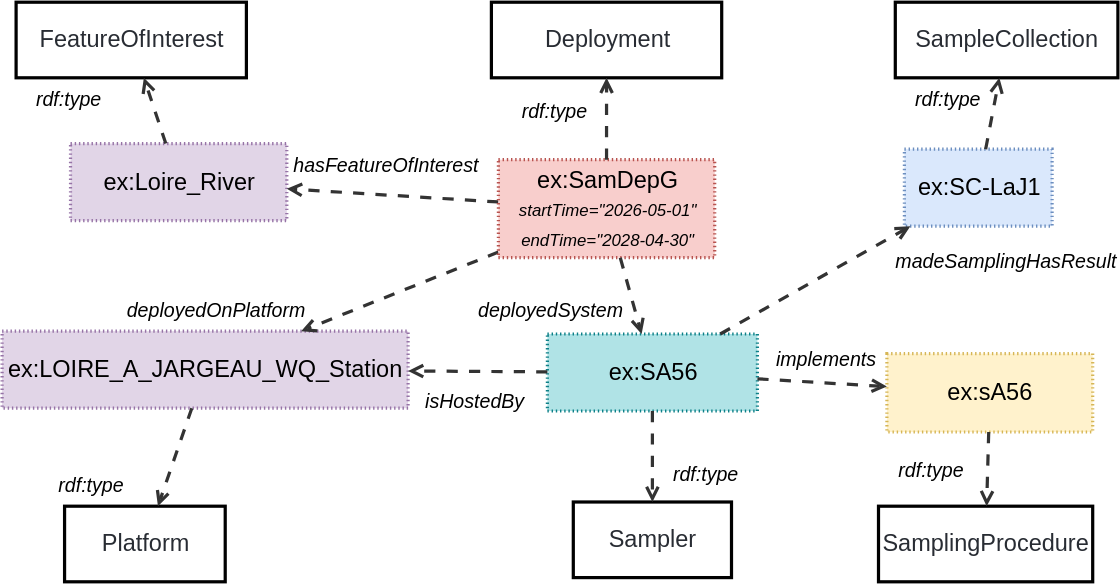
afeliachi/sdw-sosa-ssn keeps this draw.io diagram as ssn/images/PlannedDeployment.svg. Above is the earlier version. Source tidied: cells renumbered, new cells last; positions are measured from the earlier drawing's top-left corner, leaving out a move shared by most shapes.
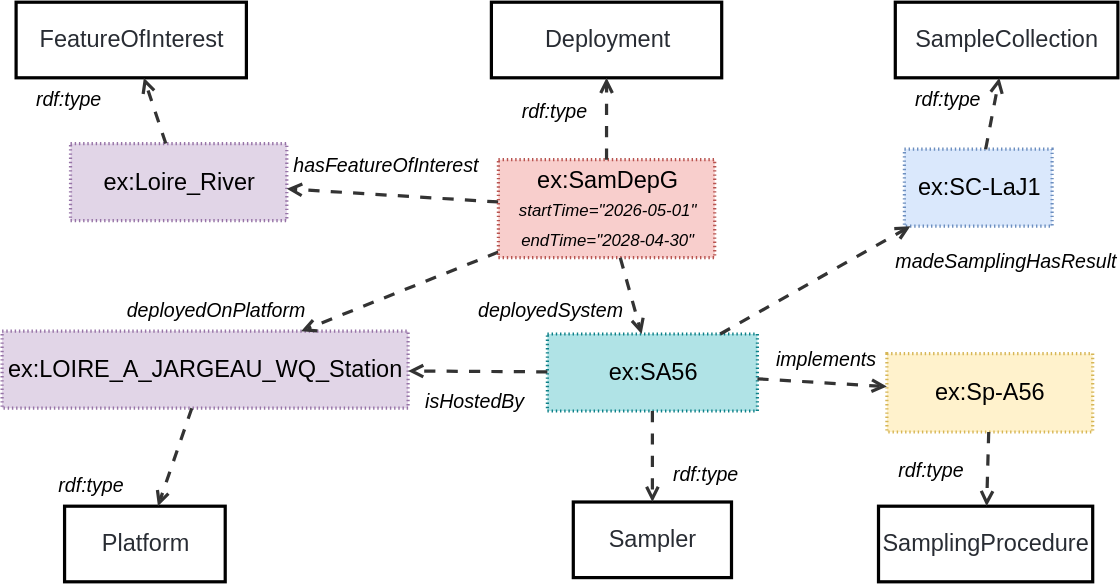
Later version of the same file.

Change to the diagram source:
```diff
@@ -68,7 +68,7 @@
     <mxCell id="23" value="deployedOnPlatform" style="html=1;overflow=block;blockSpacing=1;whiteSpace=wrap;fontSize=14;fontStyle=2;align=center;spacing=0;strokeColor=none;strokeOpacity=100;fillOpacity=100;fillColor=none;strokeWidth=2.3;lucidId=a.MQIzYVmevB;" parent="1" vertex="1">
       <mxGeometry x="88.6" y="205" width="75" height="30" as="geometry" />
     </mxCell>
-    <mxCell id="24" value="ex:sA56" style="html=1;overflow=block;blockSpacing=1;whiteSpace=wrap;fontSize=16.8;align=center;spacing=0;strokeOpacity=100;fillColor=#fff2cc;dashed=1;fixDash=1;dashPattern=1 2;strokeWidth=2.3;strokeColor=#d6b656;" parent="1" vertex="1">
+    <mxCell id="24" value="ex:Sp-A56" style="html=1;overflow=block;blockSpacing=1;whiteSpace=wrap;fontSize=16.8;align=center;spacing=0;strokeOpacity=100;fillColor=#fff2cc;dashed=1;fixDash=1;dashPattern=1 2;strokeWidth=2.3;strokeColor=#d6b656;" parent="1" vertex="1">
       <mxGeometry x="632" y="251" width="147" height="56" as="geometry" />
     </mxCell>
     <mxCell id="25" value="SamplingProcedure" style="html=1;overflow=block;blockSpacing=1;whiteSpace=wrap;fontSize=16.8;fontColor=#282c33;align=center;spacing=0;strokeOpacity=100;fillColor=none;strokeWidth=2.3;" parent="1" vertex="1">
```
